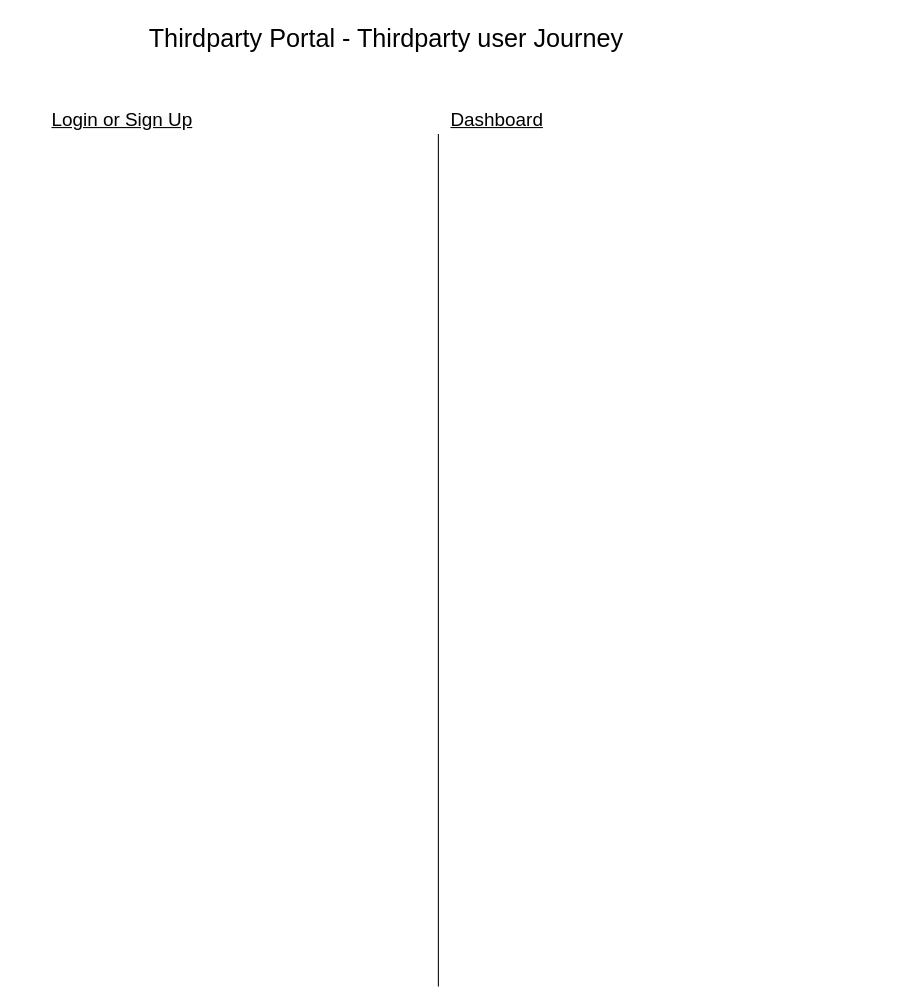
Earlier version of the draw.io diagram Thirdpaty Portal.drawio (SifisoMzansi/architecture-diagrams). Source tidied: cells renumbered, new cells numbered last; positions are measured from the earlier drawing's top-left corner, leaving out a move shared by most shapes. Both pictures are drawn from the tidied source at 105%, with x=0, y=0 at pixel (49, 18).
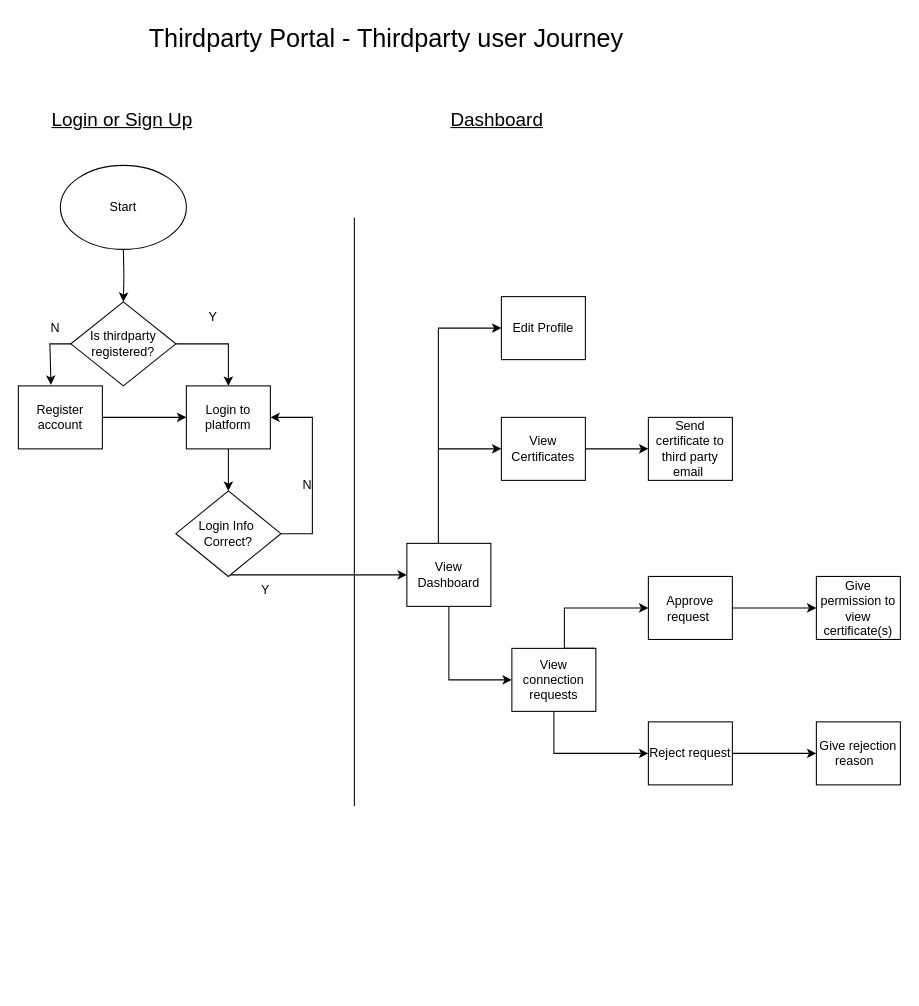
Above is the later version.

What changed in the source:
```diff
@@
-    <mxCell id="5" style="endArrow=none;html=1;rounded=0;" parent="1" edge="1">
-      <mxGeometry relative="1" as="geometry">
-        <mxPoint x="370" y="922" as="sourcePoint" />
-        <mxPoint x="370" y="110" as="targetPoint" />
-      </mxGeometry>
-    </mxCell>
+    <mxCell id="6" style="edgeStyle=orthogonalEdgeStyle;rounded=0;jettySize=auto;html=1;entryX=0.5;entryY=0;entryDx=0;entryDy=0;" parent="1" edge="1" target="9">
+      <mxGeometry relative="1" as="geometry">
+        <mxPoint x="70" y="220" as="sourcePoint" />
+      </mxGeometry>
+    </mxCell>
+    <mxCell id="7" style="edgeStyle=orthogonalEdgeStyle;rounded=0;jettySize=auto;html=1;entryX=0.388;entryY=-0.017;entryDx=0;entryDy=0;entryPerimeter=0;" parent="1" edge="1" source="9" target="15">
+      <mxGeometry relative="1" as="geometry">
+        <Array as="points">
+          <mxPoint y="310" />
+        </Array>
+      </mxGeometry>
+    </mxCell>
+    <mxCell id="8" style="edgeStyle=orthogonalEdgeStyle;rounded=0;jettySize=auto;html=1;entryX=0.5;entryY=0;entryDx=0;entryDy=0;" parent="1" edge="1" source="9" target="17">
+      <mxGeometry relative="1" as="geometry" />
+    </mxCell>
+    <mxCell id="9" value="Is thirdparty registered?" style="rhombus;whiteSpace=wrap;html=1;" parent="1" vertex="1">
+      <mxGeometry x="20" y="270" width="100" height="80" as="geometry" />
+    </mxCell>
+    <mxCell id="10" style="edgeStyle=orthogonalEdgeStyle;rounded=0;jettySize=auto;html=1;entryX=1;entryY=0.5;entryDx=0;entryDy=0;exitX=1;exitY=0.5;exitDx=0;exitDy=0;" parent="1" edge="1" source="12" target="17">
+      <mxGeometry relative="1" as="geometry">
+        <Array as="points">
+          <mxPoint x="250" y="491" />
+          <mxPoint x="250" y="380" />
+        </Array>
+      </mxGeometry>
+    </mxCell>
+    <mxCell id="11" style="edgeStyle=orthogonalEdgeStyle;rounded=0;jettySize=auto;html=1;" parent="1" edge="1" source="12" target="24">
+      <mxGeometry relative="1" as="geometry">
+        <Array as="points">
+          <mxPoint x="320" y="530" />
+          <mxPoint x="320" y="530" />
+        </Array>
+      </mxGeometry>
+    </mxCell>
+    <mxCell id="12" value="Login Info&amp;nbsp;&lt;div&gt;Correct?&lt;/div&gt;" style="rhombus;whiteSpace=wrap;html=1;" parent="1" vertex="1">
+      <mxGeometry x="120" y="450" width="100" height="81.5" as="geometry" />
+    </mxCell>
+    <mxCell id="13" style="edgeStyle=orthogonalEdgeStyle;rounded=0;orthogonalLoop=1;jettySize=auto;html=1;" parent="1" edge="1">
+      <mxGeometry relative="1" as="geometry">
+        <mxPoint x="465" y="210" as="sourcePoint" />
+        <mxPoint x="465" y="210" as="targetPoint" />
+      </mxGeometry>
+    </mxCell>
+    <mxCell id="14" style="edgeStyle=orthogonalEdgeStyle;rounded=0;jettySize=auto;html=1;entryX=0;entryY=0.5;entryDx=0;entryDy=0;" parent="1" edge="1" source="15" target="17">
+      <mxGeometry relative="1" as="geometry" />
+    </mxCell>
+    <mxCell id="15" value="Register account" style="rounded=0;whiteSpace=wrap;html=1;" parent="1" vertex="1">
+      <mxGeometry x="-30" y="350" width="80" height="60" as="geometry" />
+    </mxCell>
+    <mxCell id="16" style="edgeStyle=orthogonalEdgeStyle;rounded=0;jettySize=auto;html=1;entryX=0.5;entryY=0;entryDx=0;entryDy=0;" parent="1" edge="1" source="17" target="12">
+      <mxGeometry relative="1" as="geometry" />
+    </mxCell>
+    <mxCell id="17" value="Login to platform" style="rounded=0;whiteSpace=wrap;html=1;" parent="1" vertex="1">
+      <mxGeometry x="130" y="350" width="80" height="60" as="geometry" />
+    </mxCell>
+    <mxCell id="18" value="N" style="text;html=1;align=center;verticalAlign=middle;strokeColor=none;fillColor=none;" parent="1" vertex="1">
+      <mxGeometry x="-10" y="280" width="30" height="30" as="geometry" />
+    </mxCell>
+    <mxCell id="19" value="N" style="text;html=1;align=center;verticalAlign=middle;strokeColor=none;fillColor=none;" parent="1" vertex="1">
+      <mxGeometry x="230" y="430" width="30" height="30" as="geometry" />
+    </mxCell>
+    <mxCell id="20" value="Y" style="text;html=1;align=center;verticalAlign=middle;strokeColor=none;fillColor=none;" parent="1" vertex="1">
+      <mxGeometry x="140" y="270" width="30" height="30" as="geometry" />
+    </mxCell>
+    <mxCell id="21" style="endArrow=none;html=1;rounded=0;" parent="1" edge="1">
+      <mxGeometry relative="1" as="geometry">
+        <mxPoint x="290" y="750" as="sourcePoint" />
+        <mxPoint x="290" y="190" as="targetPoint" />
+      </mxGeometry>
+    </mxCell>
+    <mxCell id="22" style="edgeStyle=orthogonalEdgeStyle;rounded=0;jettySize=auto;html=1;entryX=0;entryY=0.5;entryDx=0;entryDy=0;" parent="1" edge="1" target="29">
+      <mxGeometry relative="1" as="geometry">
+        <mxPoint x="360" y="550" as="sourcePoint" />
+        <Array as="points">
+          <mxPoint x="360" y="551" />
+          <mxPoint x="380" y="551" />
+          <mxPoint x="380" y="630" />
+        </Array>
+      </mxGeometry>
+    </mxCell>
+    <mxCell id="23" style="edgeStyle=orthogonalEdgeStyle;rounded=0;jettySize=auto;html=1;entryX=0;entryY=0.5;entryDx=0;entryDy=0;" parent="1" edge="1" source="24" target="37">
+      <mxGeometry relative="1" as="geometry">
+        <Array as="points">
+          <mxPoint x="370" y="295" />
+        </Array>
+      </mxGeometry>
+    </mxCell>
+    <mxCell id="24" value="View Dashboard" style="rounded=0;whiteSpace=wrap;html=1;" parent="1" vertex="1">
+      <mxGeometry x="340" y="500" width="80" height="60" as="geometry" />
+    </mxCell>
+    <mxCell id="25" style="edgeStyle=orthogonalEdgeStyle;rounded=0;jettySize=auto;html=1;exitX=1;exitY=0.5;exitDx=0;exitDy=0;entryX=0;entryY=0.5;entryDx=0;entryDy=0;" parent="1" edge="1" source="26" target="36">
+      <mxGeometry relative="1" as="geometry" />
+    </mxCell>
+    <mxCell id="26" value="View Certificates" style="rounded=0;whiteSpace=wrap;html=1;" parent="1" vertex="1">
+      <mxGeometry x="430" y="380" width="80" height="60" as="geometry" />
+    </mxCell>
+    <mxCell id="27" style="edgeStyle=orthogonalEdgeStyle;rounded=0;jettySize=auto;html=1;entryX=0;entryY=0.5;entryDx=0;entryDy=0;" parent="1" edge="1" target="31">
+      <mxGeometry relative="1" as="geometry">
+        <mxPoint x="519" y="600" as="sourcePoint" />
+        <Array as="points">
+          <mxPoint x="490" y="600" />
+          <mxPoint x="490" y="562" />
+        </Array>
+      </mxGeometry>
+    </mxCell>
+    <mxCell id="28" style="edgeStyle=orthogonalEdgeStyle;rounded=0;jettySize=auto;html=1;entryX=0;entryY=0.5;entryDx=0;entryDy=0;" parent="1" edge="1" source="29" target="33">
+      <mxGeometry relative="1" as="geometry">
+        <Array as="points">
+          <mxPoint x="480" y="700" />
+        </Array>
+      </mxGeometry>
+    </mxCell>
+    <mxCell id="29" value="View connection requests" style="rounded=0;whiteSpace=wrap;html=1;" parent="1" vertex="1">
+      <mxGeometry x="440" y="600" width="80" height="60" as="geometry" />
+    </mxCell>
+    <mxCell id="30" style="edgeStyle=orthogonalEdgeStyle;rounded=0;jettySize=auto;html=1;" parent="1" edge="1" source="31" target="34">
+      <mxGeometry relative="1" as="geometry" />
+    </mxCell>
+    <mxCell id="31" value="Approve request&amp;nbsp;" style="rounded=0;whiteSpace=wrap;html=1;" parent="1" vertex="1">
+      <mxGeometry x="570" y="531.5" width="80" height="60" as="geometry" />
+    </mxCell>
+    <mxCell id="32" style="edgeStyle=orthogonalEdgeStyle;rounded=0;jettySize=auto;html=1;entryX=0;entryY=0.5;entryDx=0;entryDy=0;" parent="1" edge="1" source="33" target="35">
+      <mxGeometry relative="1" as="geometry" />
+    </mxCell>
+    <mxCell id="33" value="Reject request" style="rounded=0;whiteSpace=wrap;html=1;" parent="1" vertex="1">
+      <mxGeometry x="570" y="670" width="80" height="60" as="geometry" />
+    </mxCell>
+    <mxCell id="34" value="Give permission to view certificate(s)" style="rounded=0;whiteSpace=wrap;html=1;" parent="1" vertex="1">
+      <mxGeometry x="730" y="531.5" width="80" height="60" as="geometry" />
+    </mxCell>
+    <mxCell id="35" value="Give rejection reason&amp;nbsp;&amp;nbsp;" style="rounded=0;whiteSpace=wrap;html=1;" parent="1" vertex="1">
+      <mxGeometry x="730" y="670" width="80" height="60" as="geometry" />
+    </mxCell>
+    <mxCell id="36" value="Send certificate to third party email&amp;nbsp;" style="rounded=0;whiteSpace=wrap;html=1;" parent="1" vertex="1">
+      <mxGeometry x="570" y="380" width="80" height="60" as="geometry" />
+    </mxCell>
+    <mxCell id="37" value="Edit Profile" style="rounded=0;whiteSpace=wrap;html=1;" parent="1" vertex="1">
+      <mxGeometry x="430" y="265" width="80" height="60" as="geometry" />
+    </mxCell>
+    <mxCell id="38" style="endArrow=classic;html=1;rounded=0;entryX=0;entryY=0.5;entryDx=0;entryDy=0;" parent="1" edge="1" target="26">
+      <mxGeometry relative="1" as="geometry">
+        <mxPoint x="370" y="410" as="sourcePoint" />
+      </mxGeometry>
+    </mxCell>
+    <mxCell id="39" value="Y" style="text;html=1;align=center;verticalAlign=middle;strokeColor=none;fillColor=none;" parent="1" vertex="1">
+      <mxGeometry x="190" y="530" width="30" height="30" as="geometry" />
+    </mxCell>
+    <mxCell id="40" value="Start" style="ellipse;whiteSpace=wrap;html=1;" parent="1" vertex="1">
+      <mxGeometry x="10" y="140" width="120" height="80" as="geometry" />
+    </mxCell>
```
